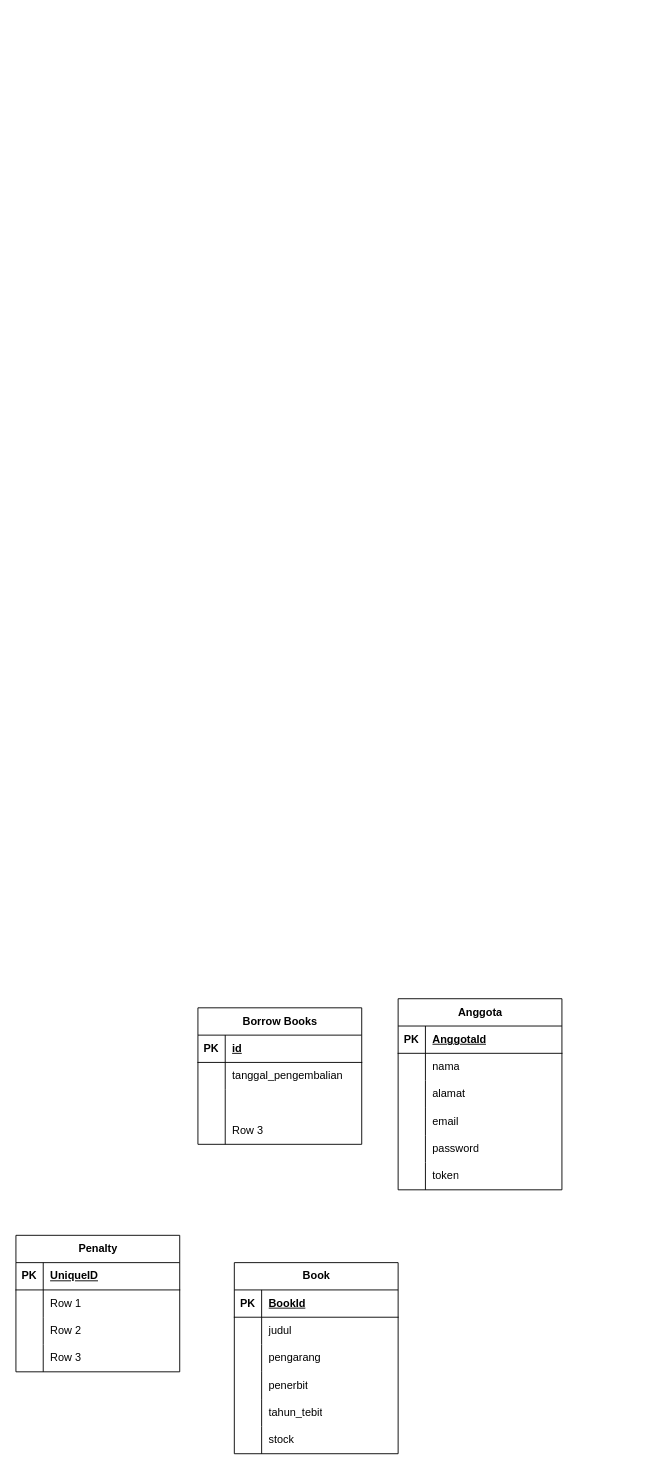
This is Diagram Tanpa Judul.drawio from Syaal/library, a draw.io file, before an edit. Source tidied: cells renumbered, new cells numbered last; positions are measured from the earlier drawing's top-left corner, leaving out a move shared by most shapes. Both pictures are drawn from the tidied source at 91%, with x=0, y=0 at pixel (15, 998).
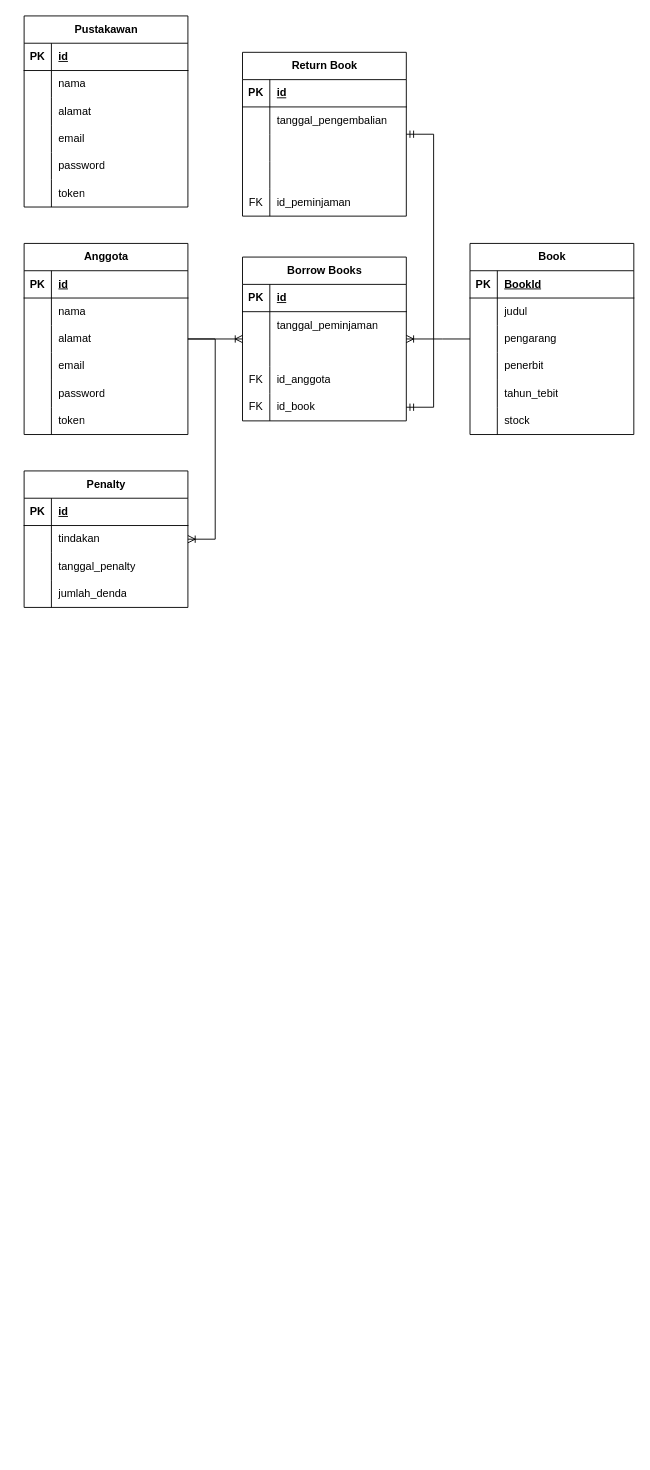
Above is the later version.

Unchanged cells that the change refers to:
```xml
<mxCell id="22" style="shape=tableRow;horizontal=0;startSize=0;swimlaneHead=0;swimlaneBody=0;fillColor=none;top=0;left=0;right=0;bottom=1;" parent="21" vertex="1">
  <mxGeometry y="30" width="180" height="30" as="geometry" />
</mxCell>
<mxCell id="41" style="shape=tableRow;horizontal=0;startSize=0;swimlaneHead=0;swimlaneBody=0;fillColor=none;top=0;left=0;right=0;bottom=1;" parent="40" vertex="1">
  <mxGeometry y="30" width="180" height="30" as="geometry" />
</mxCell>
<mxCell id="44" style="shape=tableRow;horizontal=0;startSize=0;swimlaneHead=0;swimlaneBody=0;fillColor=none;top=0;left=0;right=0;bottom=0;" parent="40" vertex="1">
  <mxGeometry y="60" width="180" height="30" as="geometry" />
</mxCell>
<mxCell id="47" style="shape=tableRow;horizontal=0;startSize=0;swimlaneHead=0;swimlaneBody=0;fillColor=none;top=0;left=0;right=0;bottom=0;" parent="40" vertex="1">
  <mxGeometry y="90" width="180" height="30" as="geometry" />
</mxCell>
<mxCell id="50" style="shape=tableRow;horizontal=0;startSize=0;swimlaneHead=0;swimlaneBody=0;fillColor=none;top=0;left=0;right=0;bottom=0;" parent="40" vertex="1">
  <mxGeometry y="120" width="180" height="30" as="geometry" />
</mxCell>
<mxCell id="57" style="shape=tableRow;horizontal=0;startSize=0;swimlaneHead=0;swimlaneBody=0;fillColor=none;top=0;left=0;right=0;bottom=0;" parent="53" vertex="1">
  <mxGeometry y="60" width="180" height="30" as="geometry" />
</mxCell>
<mxCell id="63" style="shape=tableRow;horizontal=0;startSize=0;swimlaneHead=0;swimlaneBody=0;fillColor=none;top=0;left=0;right=0;bottom=0;" parent="53" vertex="1">
  <mxGeometry y="120" width="180" height="30" as="geometry" />
</mxCell>
```

Diff of the diagram source:
```diff
@@
     <mxCell id="2" value="Book" style="shape=table;startSize=30;childLayout=tableLayout;rowLines=0;fontStyle=1;align=center;html=1;" parent="1" vertex="1">
-      <mxGeometry x="240" y="290" width="180" height="210" as="geometry" />
+      <mxGeometry x="499" y="-830" width="180" height="210" as="geometry" />
     </mxCell>
@@
     <mxCell id="21" value="Anggota" style="shape=table;startSize=30;childLayout=tableLayout;rowLines=0;fontStyle=1;align=center;html=1;" parent="1" vertex="1">
-      <mxGeometry x="420" width="180" height="210" as="geometry" />
+      <mxGeometry x="9" y="-830" width="180" height="210" as="geometry" />
     </mxCell>
@@
-    <mxCell id="24" value="AnggotaId" style="shape=partialRectangle;fillColor=none;top=0;left=0;bottom=0;right=0;align=left;spacingLeft=6;fontStyle=5;overflow=hidden;whiteSpace=wrap;html=1;" parent="22" vertex="1">
+    <mxCell id="24" value="id" style="shape=partialRectangle;fillColor=none;top=0;left=0;bottom=0;right=0;align=left;spacingLeft=6;fontStyle=5;overflow=hidden;whiteSpace=wrap;html=1;" parent="22" vertex="1">
       <mxGeometry x="30" width="150" height="30" as="geometry" />
     </mxCell>
@@
     <mxCell id="40" value="Penalty" style="shape=table;startSize=30;childLayout=tableLayout;rowLines=0;fontStyle=1;align=center;html=1;" parent="1" vertex="1">
-      <mxGeometry y="260" width="180" height="150" as="geometry" />
+      <mxGeometry x="9" y="-580" width="180" height="150" as="geometry" />
     </mxCell>
@@
-    <mxCell id="43" value="UniqueID" style="shape=partialRectangle;fillColor=none;top=0;left=0;bottom=0;right=0;align=left;spacingLeft=6;fontStyle=5;overflow=hidden;whiteSpace=wrap;html=1;" parent="41" vertex="1">
+    <mxCell id="43" value="id" style="shape=partialRectangle;fillColor=none;top=0;left=0;bottom=0;right=0;align=left;spacingLeft=6;fontStyle=5;overflow=hidden;whiteSpace=wrap;html=1;" parent="41" vertex="1">
       <mxGeometry x="30" width="150" height="30" as="geometry" />
     </mxCell>
@@
-    <mxCell id="46" value="Row 1" style="shape=partialRectangle;fillColor=none;top=0;left=0;bottom=0;right=0;align=left;spacingLeft=6;overflow=hidden;whiteSpace=wrap;html=1;" parent="44" vertex="1">
+    <mxCell id="46" value="tindakan" style="shape=partialRectangle;fillColor=none;top=0;left=0;bottom=0;right=0;align=left;spacingLeft=6;overflow=hidden;whiteSpace=wrap;html=1;" parent="44" vertex="1">
       <mxGeometry x="30" width="150" height="30" as="geometry" />
     </mxCell>
@@
-    <mxCell id="49" value="Row 2" style="shape=partialRectangle;fillColor=none;top=0;left=0;bottom=0;right=0;align=left;spacingLeft=6;overflow=hidden;whiteSpace=wrap;html=1;" parent="47" vertex="1">
+    <mxCell id="49" value="tanggal_penalty" style="shape=partialRectangle;fillColor=none;top=0;left=0;bottom=0;right=0;align=left;spacingLeft=6;overflow=hidden;whiteSpace=wrap;html=1;" parent="47" vertex="1">
       <mxGeometry x="30" width="150" height="30" as="geometry" />
     </mxCell>
@@
-    <mxCell id="52" value="Row 3" style="shape=partialRectangle;fillColor=none;top=0;left=0;bottom=0;right=0;align=left;spacingLeft=6;overflow=hidden;whiteSpace=wrap;html=1;" parent="50" vertex="1">
+    <mxCell id="52" value="jumlah_denda" style="shape=partialRectangle;fillColor=none;top=0;left=0;bottom=0;right=0;align=left;spacingLeft=6;overflow=hidden;whiteSpace=wrap;html=1;" parent="50" vertex="1">
       <mxGeometry x="30" width="150" height="30" as="geometry" />
     </mxCell>
     <mxCell id="53" value="Borrow Books" style="shape=table;startSize=30;childLayout=tableLayout;rowLines=0;fontStyle=1;align=center;html=1;" parent="1" vertex="1">
-      <mxGeometry x="200" y="10" width="180" height="150" as="geometry" />
+      <mxGeometry x="249" y="-815" width="180" height="180" as="geometry" />
     </mxCell>
@@
-    <mxCell id="59" value="tanggal_pengembalian" style="shape=partialRectangle;fillColor=none;top=0;left=0;bottom=0;right=0;align=left;spacingLeft=6;overflow=hidden;whiteSpace=wrap;html=1;" parent="57" vertex="1">
+    <mxCell id="59" value="tanggal_peminjaman" style="shape=partialRectangle;fillColor=none;top=0;left=0;bottom=0;right=0;align=left;spacingLeft=6;overflow=hidden;whiteSpace=wrap;html=1;" parent="57" vertex="1">
       <mxGeometry x="30" width="150" height="30" as="geometry" />
     </mxCell>
@@
-    <mxCell id="64" style="shape=partialRectangle;fillColor=none;top=0;left=0;bottom=0;right=0;overflow=hidden;whiteSpace=wrap;html=1;" parent="63" vertex="1">
+    <mxCell id="64" value="FK" style="shape=partialRectangle;fillColor=none;top=0;left=0;bottom=0;right=0;overflow=hidden;whiteSpace=wrap;html=1;" parent="63" vertex="1">
       <mxGeometry width="30" height="30" as="geometry" />
     </mxCell>
-    <mxCell id="65" value="Row 3" style="shape=partialRectangle;fillColor=none;top=0;left=0;bottom=0;right=0;align=left;spacingLeft=6;overflow=hidden;whiteSpace=wrap;html=1;" parent="63" vertex="1">
+    <mxCell id="65" value="id_anggota" style="shape=partialRectangle;fillColor=none;top=0;left=0;bottom=0;right=0;align=left;spacingLeft=6;overflow=hidden;whiteSpace=wrap;html=1;" parent="63" vertex="1">
       <mxGeometry x="30" width="150" height="30" as="geometry" />
     </mxCell>
+    <mxCell id="66" style="shape=tableRow;horizontal=0;startSize=0;swimlaneHead=0;swimlaneBody=0;fillColor=none;points=[[0,0.5],[1,0.5]];portConstraint=eastwest;top=0;left=0;right=0;bottom=0;" parent="53" vertex="1">
+      <mxGeometry y="150" width="180" height="30" as="geometry" />
+    </mxCell>
+    <mxCell id="67" value="FK" style="shape=partialRectangle;fillColor=none;top=0;left=0;bottom=0;right=0;overflow=hidden;whiteSpace=wrap;html=1;" parent="66" vertex="1">
+      <mxGeometry width="30" height="30" as="geometry" />
+    </mxCell>
+    <mxCell id="68" value="id_book" style="shape=partialRectangle;fillColor=none;top=0;left=0;bottom=0;right=0;align=left;spacingLeft=6;overflow=hidden;whiteSpace=wrap;html=1;" parent="66" vertex="1">
+      <mxGeometry x="30" width="150" height="30" as="geometry" />
+    </mxCell>
+    <mxCell id="69" value="Return Book" style="shape=table;startSize=30;childLayout=tableLayout;rowLines=0;fontStyle=1;align=center;html=1;" parent="1" vertex="1">
+      <mxGeometry x="249" y="-1040" width="180" height="180" as="geometry" />
+    </mxCell>
+    <mxCell id="70" style="shape=tableRow;horizontal=0;startSize=0;swimlaneHead=0;swimlaneBody=0;fillColor=none;top=0;left=0;right=0;bottom=1;" parent="69" vertex="1">
+      <mxGeometry y="30" width="180" height="30" as="geometry" />
+    </mxCell>
+    <mxCell id="71" value="PK" style="shape=partialRectangle;fillColor=none;top=0;left=0;bottom=0;right=0;fontStyle=1;overflow=hidden;whiteSpace=wrap;html=1;" parent="70" vertex="1">
+      <mxGeometry width="30" height="30" as="geometry" />
+    </mxCell>
+    <mxCell id="72" value="id" style="shape=partialRectangle;fillColor=none;top=0;left=0;bottom=0;right=0;align=left;spacingLeft=6;fontStyle=5;overflow=hidden;whiteSpace=wrap;html=1;" parent="70" vertex="1">
+      <mxGeometry x="30" width="150" height="30" as="geometry" />
+    </mxCell>
+    <mxCell id="73" style="shape=tableRow;horizontal=0;startSize=0;swimlaneHead=0;swimlaneBody=0;fillColor=none;top=0;left=0;right=0;bottom=0;" parent="69" vertex="1">
+      <mxGeometry y="60" width="180" height="30" as="geometry" />
+    </mxCell>
+    <mxCell id="74" style="shape=partialRectangle;fillColor=none;top=0;left=0;bottom=0;right=0;overflow=hidden;whiteSpace=wrap;html=1;" parent="73" vertex="1">
+      <mxGeometry width="30" height="30" as="geometry" />
+    </mxCell>
+    <mxCell id="75" value="tanggal_pengembalian" style="shape=partialRectangle;fillColor=none;top=0;left=0;bottom=0;right=0;align=left;spacingLeft=6;overflow=hidden;whiteSpace=wrap;html=1;" parent="73" vertex="1">
+      <mxGeometry x="30" width="150" height="30" as="geometry" />
+    </mxCell>
+    <mxCell id="76" style="shape=tableRow;horizontal=0;startSize=0;swimlaneHead=0;swimlaneBody=0;fillColor=none;top=0;left=0;right=0;bottom=0;" parent="69" vertex="1">
+      <mxGeometry y="90" width="180" height="30" as="geometry" />
+    </mxCell>
+    <mxCell id="77" style="shape=partialRectangle;fillColor=none;top=0;left=0;bottom=0;right=0;overflow=hidden;whiteSpace=wrap;html=1;" parent="76" vertex="1">
+      <mxGeometry width="30" height="30" as="geometry" />
+    </mxCell>
+    <mxCell id="78" style="shape=partialRectangle;fillColor=none;top=0;left=0;bottom=0;right=0;align=left;spacingLeft=6;overflow=hidden;whiteSpace=wrap;html=1;" parent="76" vertex="1">
+      <mxGeometry x="30" width="150" height="30" as="geometry" />
+    </mxCell>
+    <mxCell id="79" style="shape=tableRow;horizontal=0;startSize=0;swimlaneHead=0;swimlaneBody=0;fillColor=none;top=0;left=0;right=0;bottom=0;" parent="69" vertex="1">
+      <mxGeometry y="120" width="180" height="30" as="geometry" />
+    </mxCell>
+    <mxCell id="80" style="shape=partialRectangle;fillColor=none;top=0;left=0;bottom=0;right=0;overflow=hidden;whiteSpace=wrap;html=1;" parent="79" vertex="1">
+      <mxGeometry width="30" height="30" as="geometry" />
+    </mxCell>
+    <mxCell id="81" style="shape=partialRectangle;fillColor=none;top=0;left=0;bottom=0;right=0;align=left;spacingLeft=6;overflow=hidden;whiteSpace=wrap;html=1;" parent="79" vertex="1">
+      <mxGeometry x="30" width="150" height="30" as="geometry" />
+    </mxCell>
+    <mxCell id="82" style="shape=tableRow;horizontal=0;startSize=0;swimlaneHead=0;swimlaneBody=0;fillColor=none;top=0;left=0;right=0;bottom=0;" parent="69" vertex="1">
+      <mxGeometry y="150" width="180" height="30" as="geometry" />
+    </mxCell>
+    <mxCell id="83" value="FK" style="shape=partialRectangle;fillColor=none;top=0;left=0;bottom=0;right=0;overflow=hidden;whiteSpace=wrap;html=1;" parent="82" vertex="1">
+      <mxGeometry width="30" height="30" as="geometry" />
+    </mxCell>
+    <mxCell id="84" value="id_peminjaman" style="shape=partialRectangle;fillColor=none;top=0;left=0;bottom=0;right=0;align=left;spacingLeft=6;overflow=hidden;whiteSpace=wrap;html=1;" parent="82" vertex="1">
+      <mxGeometry x="30" width="150" height="30" as="geometry" />
+    </mxCell>
+    <mxCell id="85" style="edgeStyle=entityRelationEdgeStyle;fontSize=12;html=1;endArrow=ERoneToMany;rounded=0;" parent="1" edge="1" source="21" target="53">
+      <mxGeometry relative="1" as="geometry" />
+    </mxCell>
+    <mxCell id="86" value="Pustakawan" style="shape=table;startSize=30;childLayout=tableLayout;rowLines=0;fontStyle=1;align=center;html=1;" parent="1" vertex="1">
+      <mxGeometry x="9" y="-1080" width="180" height="210" as="geometry" />
+    </mxCell>
+    <mxCell id="87" style="shape=tableRow;horizontal=0;startSize=0;swimlaneHead=0;swimlaneBody=0;fillColor=none;top=0;left=0;right=0;bottom=1;" parent="86" vertex="1">
+      <mxGeometry y="30" width="180" height="30" as="geometry" />
+    </mxCell>
+    <mxCell id="88" value="PK" style="shape=partialRectangle;fillColor=none;top=0;left=0;bottom=0;right=0;fontStyle=1;overflow=hidden;whiteSpace=wrap;html=1;" parent="87" vertex="1">
+      <mxGeometry width="30" height="30" as="geometry" />
+    </mxCell>
+    <mxCell id="89" value="id" style="shape=partialRectangle;fillColor=none;top=0;left=0;bottom=0;right=0;align=left;spacingLeft=6;fontStyle=5;overflow=hidden;whiteSpace=wrap;html=1;" parent="87" vertex="1">
+      <mxGeometry x="30" width="150" height="30" as="geometry" />
+    </mxCell>
+    <mxCell id="90" style="shape=tableRow;horizontal=0;startSize=0;swimlaneHead=0;swimlaneBody=0;fillColor=none;top=0;left=0;right=0;bottom=0;" parent="86" vertex="1">
+      <mxGeometry y="60" width="180" height="30" as="geometry" />
+    </mxCell>
+    <mxCell id="91" style="shape=partialRectangle;fillColor=none;top=0;left=0;bottom=0;right=0;overflow=hidden;whiteSpace=wrap;html=1;" parent="90" vertex="1">
+      <mxGeometry width="30" height="30" as="geometry" />
+    </mxCell>
+    <mxCell id="92" value="nama" style="shape=partialRectangle;fillColor=none;top=0;left=0;bottom=0;right=0;align=left;spacingLeft=6;overflow=hidden;whiteSpace=wrap;html=1;" parent="90" vertex="1">
+      <mxGeometry x="30" width="150" height="30" as="geometry" />
+    </mxCell>
+    <mxCell id="93" style="shape=tableRow;horizontal=0;startSize=0;swimlaneHead=0;swimlaneBody=0;fillColor=none;top=0;left=0;right=0;bottom=0;" parent="86" vertex="1">
+      <mxGeometry y="90" width="180" height="30" as="geometry" />
+    </mxCell>
+    <mxCell id="94" style="shape=partialRectangle;fillColor=none;top=0;left=0;bottom=0;right=0;overflow=hidden;whiteSpace=wrap;html=1;" parent="93" vertex="1">
+      <mxGeometry width="30" height="30" as="geometry" />
+    </mxCell>
+    <mxCell id="95" value="alamat" style="shape=partialRectangle;fillColor=none;top=0;left=0;bottom=0;right=0;align=left;spacingLeft=6;overflow=hidden;whiteSpace=wrap;html=1;" parent="93" vertex="1">
+      <mxGeometry x="30" width="150" height="30" as="geometry" />
+    </mxCell>
+    <mxCell id="96" style="shape=tableRow;horizontal=0;startSize=0;swimlaneHead=0;swimlaneBody=0;fillColor=none;top=0;left=0;right=0;bottom=0;" parent="86" vertex="1">
+      <mxGeometry y="120" width="180" height="30" as="geometry" />
+    </mxCell>
+    <mxCell id="97" style="shape=partialRectangle;fillColor=none;top=0;left=0;bottom=0;right=0;overflow=hidden;whiteSpace=wrap;html=1;" parent="96" vertex="1">
+      <mxGeometry width="30" height="30" as="geometry" />
+    </mxCell>
+    <mxCell id="98" value="email" style="shape=partialRectangle;fillColor=none;top=0;left=0;bottom=0;right=0;align=left;spacingLeft=6;overflow=hidden;whiteSpace=wrap;html=1;" parent="96" vertex="1">
+      <mxGeometry x="30" width="150" height="30" as="geometry" />
+    </mxCell>
+    <mxCell id="99" style="shape=tableRow;horizontal=0;startSize=0;swimlaneHead=0;swimlaneBody=0;fillColor=none;top=0;left=0;right=0;bottom=0;" parent="86" vertex="1">
+      <mxGeometry y="150" width="180" height="30" as="geometry" />
+    </mxCell>
+    <mxCell id="100" style="shape=partialRectangle;fillColor=none;top=0;left=0;bottom=0;right=0;overflow=hidden;whiteSpace=wrap;html=1;" parent="99" vertex="1">
+      <mxGeometry width="30" height="30" as="geometry" />
+    </mxCell>
+    <mxCell id="101" value="password" style="shape=partialRectangle;fillColor=none;top=0;left=0;bottom=0;right=0;align=left;spacingLeft=6;overflow=hidden;whiteSpace=wrap;html=1;" parent="99" vertex="1">
+      <mxGeometry x="30" width="150" height="30" as="geometry" />
+    </mxCell>
+    <mxCell id="102" style="shape=tableRow;horizontal=0;startSize=0;swimlaneHead=0;swimlaneBody=0;fillColor=none;top=0;left=0;right=0;bottom=0;" parent="86" vertex="1">
+      <mxGeometry y="180" width="180" height="30" as="geometry" />
+    </mxCell>
+    <mxCell id="103" style="shape=partialRectangle;fillColor=none;top=0;left=0;bottom=0;right=0;overflow=hidden;whiteSpace=wrap;html=1;" parent="102" vertex="1">
+      <mxGeometry width="30" height="30" as="geometry" />
+    </mxCell>
+    <mxCell id="104" value="token" style="shape=partialRectangle;fillColor=none;top=0;left=0;bottom=0;right=0;align=left;spacingLeft=6;overflow=hidden;whiteSpace=wrap;html=1;" parent="102" vertex="1">
+      <mxGeometry x="30" width="150" height="30" as="geometry" />
+    </mxCell>
+    <mxCell id="105" style="edgeStyle=entityRelationEdgeStyle;fontSize=12;html=1;endArrow=ERoneToMany;rounded=0;" parent="1" edge="1" source="21" target="40">
+      <mxGeometry relative="1" as="geometry" />
+    </mxCell>
+    <mxCell id="106" style="edgeStyle=entityRelationEdgeStyle;fontSize=12;html=1;endArrow=ERoneToMany;rounded=0;" parent="1" edge="1" source="2" target="53">
+      <mxGeometry relative="1" as="geometry" />
+    </mxCell>
+    <mxCell id="107" style="edgeStyle=entityRelationEdgeStyle;fontSize=12;html=1;endArrow=ERmandOne;startArrow=ERmandOne;rounded=0;" parent="1" edge="1" source="69" target="66">
+      <mxGeometry relative="1" as="geometry">
+        <Array as="points">
+          <mxPoint x="319" y="-660" />
+          <mxPoint x="419" y="-630" />
+          <mxPoint x="339" y="-780" />
+          <mxPoint x="389" y="-710" />
+        </Array>
+      </mxGeometry>
+    </mxCell>
```
